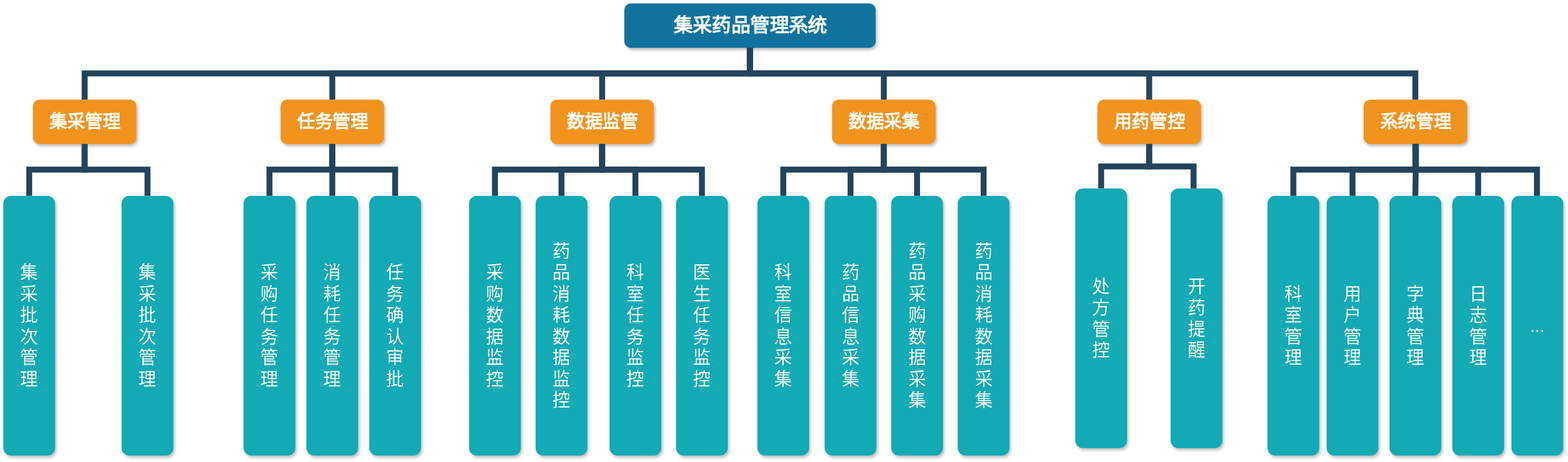
This is 未命名绘图.drawio.svg from young2hao/test, a draw.io export, as it was before one commit. Source tidied: cells renumbered, new cells last; positions are measured from the earlier drawing's top-left corner, leaving out a move shared by most shapes.
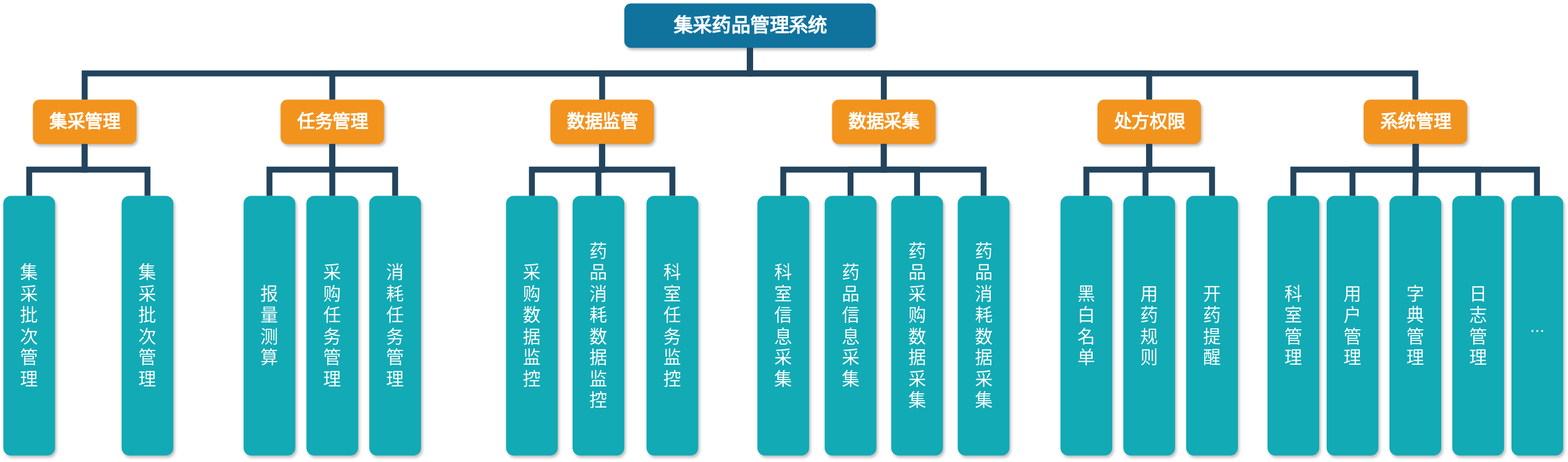
The same diagram one commit later.

Commit message:
更新未命名绘图.drawio.svg

The edit, as a diff of the source:
```diff
@@ -20,7 +20,7 @@
     <mxCell id="7" value="数据采集" style="whiteSpace=wrap;rounded=1;fillColor=#F2931E;strokeColor=none;shadow=1;fontColor=#FFFFFF;fontStyle=1;fontSize=24;" parent="1" vertex="1">
       <mxGeometry x="1121" y="130" width="140" height="60" as="geometry" />
     </mxCell>
-    <mxCell id="8" value="用药管控" style="whiteSpace=wrap;rounded=1;fillColor=#F2931E;strokeColor=none;shadow=1;fontColor=#FFFFFF;fontStyle=1;fontSize=24;" parent="1" vertex="1">
+    <mxCell id="8" value="处方权限" style="whiteSpace=wrap;rounded=1;fillColor=#F2931E;strokeColor=none;shadow=1;fontColor=#FFFFFF;fontStyle=1;fontSize=24;" parent="1" vertex="1">
       <mxGeometry x="1480" y="130" width="140" height="60" as="geometry" />
     </mxCell>
     <mxCell id="9" value="集&#10;采&#10;批&#10;次&#10;管&#10;理" style="whiteSpace=wrap;rounded=1;fillColor=#12AAB5;strokeColor=none;shadow=1;fontColor=#FFFFFF;fontSize=24;" parent="1" vertex="1">
@@ -53,7 +53,7 @@
     <mxCell id="18" value="集&#10;采&#10;批&#10;次&#10;管&#10;理" style="whiteSpace=wrap;rounded=1;fillColor=#12AAB5;strokeColor=none;shadow=1;fontColor=#FFFFFF;fontSize=24;" parent="1" vertex="1">
       <mxGeometry x="160" y="260" width="70" height="351" as="geometry" />
     </mxCell>
-    <mxCell id="19" value="采&#10;购&#10;任&#10;务&#10;管&#10;理" style="whiteSpace=wrap;rounded=1;fillColor=#12AAB5;strokeColor=none;shadow=1;fontColor=#FFFFFF;fontSize=24;" parent="1" vertex="1">
+    <mxCell id="19" value="报&#10;量&#10;测&#10;算" style="whiteSpace=wrap;rounded=1;fillColor=#12AAB5;strokeColor=none;shadow=1;fontColor=#FFFFFF;fontSize=24;" parent="1" vertex="1">
       <mxGeometry x="325" y="260" width="70" height="351" as="geometry" />
     </mxCell>
     <mxCell id="20" style="edgeStyle=elbowEdgeStyle;elbow=vertical;rounded=0;fontColor=#000000;endArrow=none;endFill=0;strokeWidth=8;strokeColor=#23445D;entryX=0.5;entryY=0;entryDx=0;entryDy=0;" parent="1" edge="1" target="19">
@@ -66,10 +66,10 @@
         <mxPoint x="445" y="190" as="sourcePoint" />
       </mxGeometry>
     </mxCell>
-    <mxCell id="22" value="任&#10;务&#10;确&#10;认&#10;审&#10;批" style="whiteSpace=wrap;rounded=1;fillColor=#12AAB5;strokeColor=none;shadow=1;fontColor=#FFFFFF;fontSize=24;" parent="1" vertex="1">
+    <mxCell id="22" value="消&#10;耗&#10;任&#10;务&#10;管&#10;理" style="whiteSpace=wrap;rounded=1;fillColor=#12AAB5;strokeColor=none;shadow=1;fontColor=#FFFFFF;fontSize=24;" parent="1" vertex="1">
       <mxGeometry x="495" y="260" width="70" height="351" as="geometry" />
     </mxCell>
-    <mxCell id="23" value="消&#10;耗&#10;任&#10;务&#10;管&#10;理" style="whiteSpace=wrap;rounded=1;fillColor=#12AAB5;strokeColor=none;shadow=1;fontColor=#FFFFFF;fontSize=24;" parent="1" vertex="1">
+    <mxCell id="23" value="采&#10;购&#10;任&#10;务&#10;管&#10;理" style="whiteSpace=wrap;rounded=1;fillColor=#12AAB5;strokeColor=none;shadow=1;fontColor=#FFFFFF;fontSize=24;" parent="1" vertex="1">
       <mxGeometry x="410" y="260" width="70" height="351" as="geometry" />
     </mxCell>
     <mxCell id="24" style="edgeStyle=elbowEdgeStyle;elbow=vertical;rounded=0;fontColor=#000000;endArrow=none;endFill=0;strokeWidth=8;strokeColor=#23445D;entryX=0.5;entryY=0;entryDx=0;entryDy=0;" parent="1" edge="1" target="23">
@@ -94,7 +94,7 @@
       <mxGeometry x="1291" y="260" width="70" height="351" as="geometry" />
     </mxCell>
     <mxCell id="29" value="采&#10;购&#10;数&#10;据&#10;监&#10;控" style="whiteSpace=wrap;rounded=1;fillColor=#12AAB5;strokeColor=none;shadow=1;fontColor=#FFFFFF;fontSize=24;" parent="1" vertex="1">
-      <mxGeometry x="630" y="260" width="70" height="351" as="geometry" />
+      <mxGeometry x="680" y="260" width="70" height="351" as="geometry" />
     </mxCell>
     <mxCell id="30" style="edgeStyle=elbowEdgeStyle;elbow=vertical;rounded=0;fontColor=#000000;endArrow=none;endFill=0;strokeWidth=8;strokeColor=#23445D;entryX=0.5;entryY=0;entryDx=0;entryDy=0;" parent="1" edge="1" target="29">
       <mxGeometry relative="1" as="geometry">
@@ -107,10 +107,10 @@
       </mxGeometry>
     </mxCell>
     <mxCell id="32" value="科&#10;室&#10;任&#10;务&#10;监&#10;控" style="whiteSpace=wrap;rounded=1;fillColor=#12AAB5;strokeColor=none;shadow=1;fontColor=#FFFFFF;fontSize=24;" parent="1" vertex="1">
-      <mxGeometry x="820" y="260" width="70" height="351" as="geometry" />
+      <mxGeometry x="870" y="260" width="70" height="351" as="geometry" />
     </mxCell>
     <mxCell id="33" value="药&#10;品&#10;消&#10;耗&#10;数&#10;据&#10;监&#10;控" style="whiteSpace=wrap;rounded=1;fillColor=#12AAB5;strokeColor=none;shadow=1;fontColor=#FFFFFF;fontSize=24;" parent="1" vertex="1">
-      <mxGeometry x="720" y="260" width="70" height="351" as="geometry" />
+      <mxGeometry x="770" y="260" width="70" height="351" as="geometry" />
     </mxCell>
     <mxCell id="34" style="edgeStyle=elbowEdgeStyle;elbow=vertical;rounded=0;fontColor=#000000;endArrow=none;endFill=0;strokeWidth=8;strokeColor=#23445D;entryX=0.5;entryY=0;entryDx=0;entryDy=0;" parent="1" edge="1" target="33">
       <mxGeometry relative="1" as="geometry">
@@ -131,13 +131,13 @@
     <mxCell id="38" style="edgeStyle=elbowEdgeStyle;elbow=vertical;rounded=0;fontColor=#000000;endArrow=none;endFill=0;strokeWidth=8;strokeColor=#23445D;entryX=0.5;entryY=0;entryDx=0;entryDy=0;exitX=0.5;exitY=1;exitDx=0;exitDy=0;" parent="1" edge="1" source="7" target="37">
       <mxGeometry relative="1" as="geometry" />
     </mxCell>
-    <mxCell id="39" style="edgeStyle=elbowEdgeStyle;elbow=vertical;rounded=0;fontColor=#000000;endArrow=none;endFill=0;strokeWidth=8;strokeColor=#23445D;entryX=0.5;entryY=0;entryDx=0;entryDy=0;" parent="1" edge="1" target="40">
+    <mxCell id="39" style="edgeStyle=elbowEdgeStyle;elbow=vertical;rounded=0;fontColor=#000000;endArrow=none;endFill=0;strokeWidth=8;strokeColor=#23445D;entryX=0.5;entryY=0;entryDx=0;entryDy=0;" parent="1" edge="1" target="55">
       <mxGeometry relative="1" as="geometry">
         <mxPoint x="1550" y="190" as="sourcePoint" />
       </mxGeometry>
     </mxCell>
-    <mxCell id="40" value="处&#10;方&#10;管&#10;控" style="whiteSpace=wrap;rounded=1;fillColor=#12AAB5;strokeColor=none;shadow=1;fontColor=#FFFFFF;fontSize=24;" parent="1" vertex="1">
-      <mxGeometry x="1450" y="250" width="70" height="351" as="geometry" />
+    <mxCell id="40" value="用&#10;药&#10;规&#10;则" style="whiteSpace=wrap;rounded=1;fillColor=#12AAB5;strokeColor=none;shadow=1;fontColor=#FFFFFF;fontSize=24;" parent="1" vertex="1">
+      <mxGeometry x="1515" y="260" width="70" height="351" as="geometry" />
     </mxCell>
     <mxCell id="41" value="用&#10;户&#10;管&#10;理" style="whiteSpace=wrap;rounded=1;fillColor=#12AAB5;strokeColor=none;shadow=1;fontColor=#FFFFFF;fontSize=24;" parent="1" vertex="1">
       <mxGeometry x="1790" y="260" width="70" height="351" as="geometry" />
@@ -181,20 +181,19 @@
       </mxGeometry>
     </mxCell>
     <mxCell id="51" value="开&#10;药&#10;提&#10;醒" style="whiteSpace=wrap;rounded=1;fillColor=#12AAB5;strokeColor=none;shadow=1;fontColor=#FFFFFF;fontSize=24;" parent="1" vertex="1">
-      <mxGeometry x="1579" y="250" width="70" height="351" as="geometry" />
+      <mxGeometry x="1600" y="260" width="70" height="351" as="geometry" />
     </mxCell>
-    <mxCell id="52" style="edgeStyle=elbowEdgeStyle;elbow=vertical;rounded=0;fontColor=#000000;endArrow=none;endFill=0;strokeWidth=8;strokeColor=#23445D;entryX=0.5;entryY=0;entryDx=0;entryDy=0;exitX=0.5;exitY=1;exitDx=0;exitDy=0;" parent="1" edge="1" source="8">
-      <mxGeometry relative="1" as="geometry">
-        <mxPoint x="1610" y="250" as="targetPoint" />
-      </mxGeometry>
+    <mxCell id="52" style="edgeStyle=elbowEdgeStyle;elbow=vertical;rounded=0;fontColor=#000000;endArrow=none;endFill=0;strokeWidth=8;strokeColor=#23445D;entryX=0.5;entryY=0;entryDx=0;entryDy=0;exitX=0.5;exitY=1;exitDx=0;exitDy=0;" parent="1" edge="1" source="8" target="51">
+      <mxGeometry relative="1" as="geometry" />
     </mxCell>
-    <mxCell id="53" value="医&#10;生&#10;任&#10;务&#10;监&#10;控" style="whiteSpace=wrap;rounded=1;fillColor=#12AAB5;strokeColor=none;shadow=1;fontColor=#FFFFFF;fontSize=24;" parent="1" vertex="1">
-      <mxGeometry x="910" y="260" width="70" height="351" as="geometry" />
-    </mxCell>
-    <mxCell id="54" style="edgeStyle=elbowEdgeStyle;elbow=vertical;rounded=0;fontColor=#000000;endArrow=none;endFill=0;strokeWidth=8;strokeColor=#23445D;entryX=0.5;entryY=0;entryDx=0;entryDy=0;exitX=0.5;exitY=1;exitDx=0;exitDy=0;" parent="1" edge="1" source="6">
-      <mxGeometry relative="1" as="geometry">
-        <mxPoint x="945" y="260" as="targetPoint" />
-      </mxGeometry>
-    </mxCell>
+    <mxCell id="55" value="黑&#10;白&#10;名&#10;单" style="whiteSpace=wrap;rounded=1;fillColor=#12AAB5;strokeColor=none;shadow=1;fontColor=#FFFFFF;fontSize=24;" parent="1" vertex="1">
+      <mxGeometry x="1430" y="260" width="70" height="351" as="geometry" />
+    </mxCell>
+    <mxCell id="56" style="edgeStyle=elbowEdgeStyle;elbow=vertical;rounded=0;fontColor=#000000;endArrow=none;endFill=0;strokeWidth=8;strokeColor=#23445D;entryX=0.5;entryY=0;entryDx=0;entryDy=0;" parent="1" edge="1">
+      <mxGeometry relative="1" as="geometry">
+        <mxPoint x="1550" y="190" as="sourcePoint" />
+        <mxPoint x="1545" y="260" as="targetPoint" />
+      </mxGeometry>
+    </mxCell>
   </root>
 </mxGraphModel>
```
